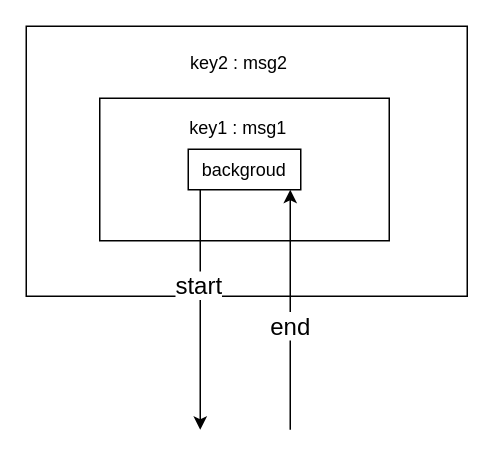
yindongjun/drawio-2 keeps this draw.io diagram as cat_transaction.drawio. Above is the earlier version. Source tidied: cells renumbered, new cells numbered last; positions are measured from the earlier drawing's top-left corner, leaving out a move shared by most shapes. Both pictures are drawn from the tidied source at 150%, with x=0, y=0 at pixel (26, 26).
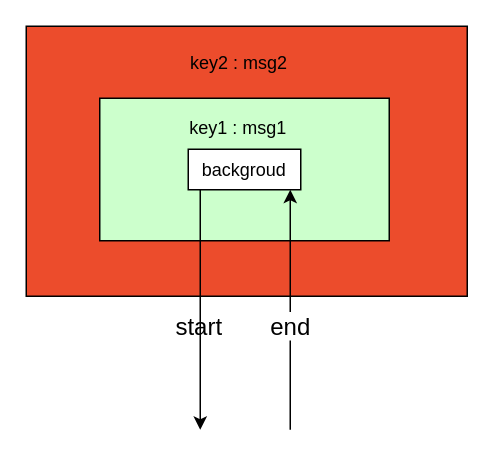
Above is the later version.

What changed in the source:
```diff
@@
 <mxGraphModel>
   <root>
     <mxCell id="0" />
     <mxCell id="1" parent="0" />
-    <mxCell id="2" style="rounded=0;whiteSpace=wrap;html=1;fillColor=none;gradientColor=none;" parent="1" vertex="1">
+    <mxCell id="2" style="rounded=0;whiteSpace=wrap;html=1;fillColor=#EC4C2C;gradientColor=none;" parent="1" vertex="1">
       <mxGeometry width="294" height="180" as="geometry" />
     </mxCell>
-    <mxCell id="3" style="rounded=0;whiteSpace=wrap;html=1;fillColor=none;gradientColor=none;" parent="1" vertex="1">
+    <mxCell id="3" style="rounded=0;whiteSpace=wrap;html=1;fillColor=#CCFFCC;gradientColor=none;" parent="1" vertex="1">
       <mxGeometry x="49" y="48" width="193" height="95" as="geometry" />
     </mxCell>
     <mxCell id="4" value="backgroud" style="rounded=0;whiteSpace=wrap;html=1;" parent="1" vertex="1">
       <mxGeometry x="108" y="82" width="75" height="27" as="geometry" />
     </mxCell>
     <mxCell id="5" value="key1 : msg1" style="text;html=1;strokeColor=none;fillColor=none;align=center;verticalAlign=middle;whiteSpace=wrap;rounded=0;" parent="1" vertex="1">
       <mxGeometry x="70" y="56" width="143" height="23" as="geometry" />
     </mxCell>
     <mxCell id="6" value="key2 : msg2" style="text;html=1;strokeColor=none;fillColor=none;align=center;verticalAlign=middle;whiteSpace=wrap;rounded=0;" parent="1" vertex="1">
       <mxGeometry x="88.5" y="13" width="106" height="23" as="geometry" />
     </mxCell>
     <mxCell id="7" style="endArrow=classic;html=1;rounded=0;fontSize=16;" parent="1" edge="1">
       <mxGeometry relative="1" as="geometry">
         <mxPoint x="116" y="109" as="sourcePoint" />
         <mxPoint x="116" y="269" as="targetPoint" />
       </mxGeometry>
     </mxCell>
-    <mxCell id="8" value="start" style="edgeLabel;html=1;align=center;verticalAlign=middle;fontSize=16;" parent="7" vertex="1">
+    <mxCell id="8" value="start" style="edgeLabel;html=1;align=center;verticalAlign=middle;fontSize=16;labelBackgroundColor=none;" parent="7" vertex="1">
       <mxGeometry x="-0.4" y="1" relative="1" as="geometry">
-        <mxPoint x="-3" y="15" as="offset" />
+        <mxPoint x="-3" y="42" as="offset" />
       </mxGeometry>
     </mxCell>
     <mxCell id="9" style="endArrow=classic;html=1;rounded=0;fontSize=16;" parent="1" edge="1">
       <mxGeometry relative="1" as="geometry">
         <mxPoint x="176" y="269" as="sourcePoint" />
         <mxPoint x="176" y="109" as="targetPoint" />
       </mxGeometry>
     </mxCell>
     <mxCell id="10" value="end" style="edgeLabel;html=1;align=center;verticalAlign=middle;fontSize=16;" parent="9" vertex="1">
       <mxGeometry x="-0.4" y="1" relative="1" as="geometry">
         <mxPoint y="-22" as="offset" />
       </mxGeometry>
     </mxCell>
   </root>
 </mxGraphModel>
```
